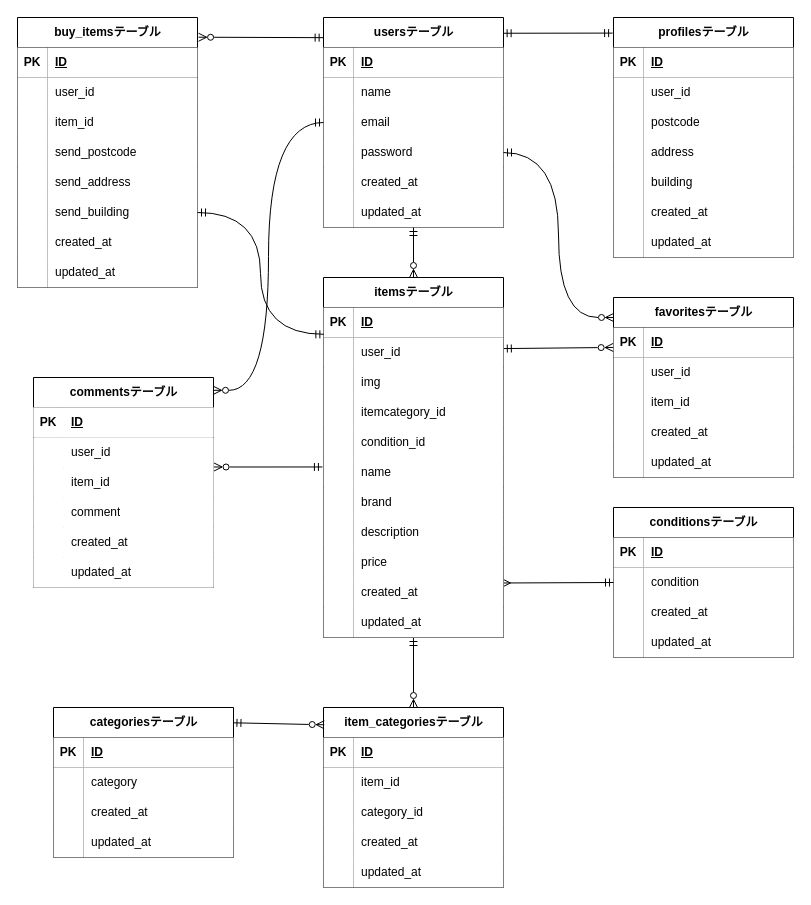
Above: src/design/er.drawio in hisano-satomi/flea-market (draw.io), before the change. Source tidied: cells renumbered, new cells numbered last; positions are measured from the earlier drawing's top-left corner, leaving out a move shared by most shapes. Both pictures are drawn from the tidied source at 100%, with x=0, y=0 at pixel (17, 17).
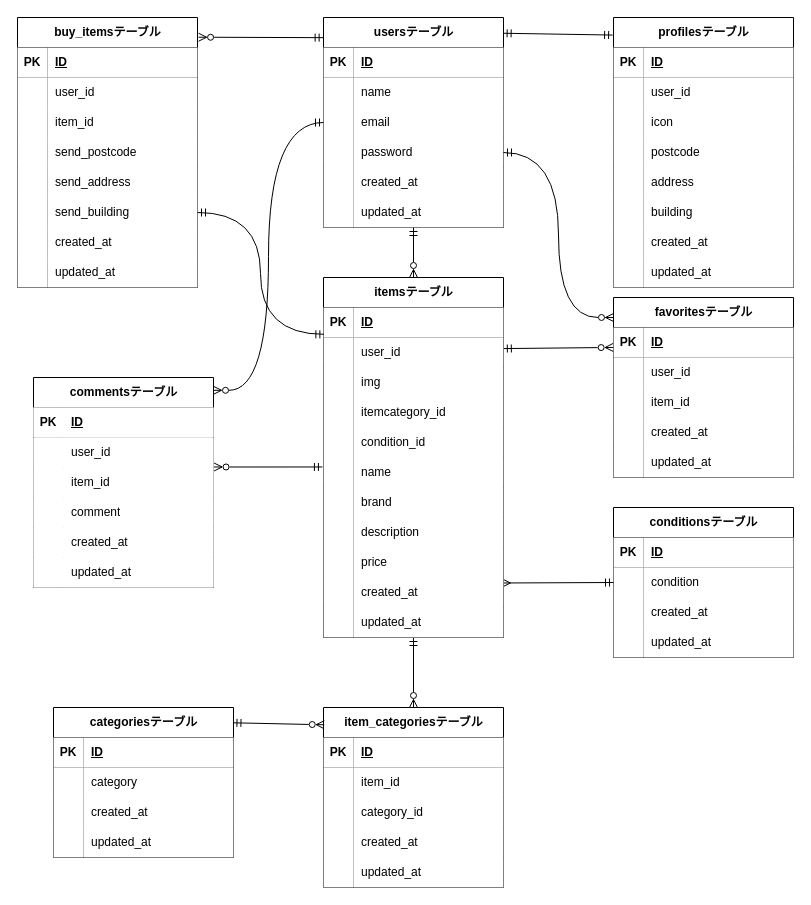
The same page after the edit.

The edit, as a diff of the source:
```diff
@@
     <mxCell id="129" value="profilesテーブル" style="shape=table;startSize=30;childLayout=tableLayout;rowLines=0;fontStyle=1;align=center;html=1;" parent="1" vertex="1">
-      <mxGeometry x="596" width="180" height="240" as="geometry" />
+      <mxGeometry x="596" width="180" height="270" as="geometry" />
     </mxCell>
@@
+    <mxCell id="190" style="shape=tableRow;horizontal=0;startSize=0;swimlaneHead=0;swimlaneBody=0;fillColor=none;top=0;left=0;right=0;bottom=0;" parent="129" vertex="1">
+      <mxGeometry y="90" width="180" height="30" as="geometry" />
+    </mxCell>
+    <mxCell id="191" style="shape=partialRectangle;fillColor=default;top=0;left=0;bottom=0;right=0;overflow=hidden;whiteSpace=wrap;html=1;" parent="190" vertex="1">
+      <mxGeometry width="30" height="30" as="geometry" />
+    </mxCell>
+    <mxCell id="192" value="icon" style="shape=partialRectangle;fillColor=default;top=0;left=0;bottom=0;right=0;align=left;spacingLeft=6;overflow=hidden;whiteSpace=wrap;html=1;" parent="190" vertex="1">
+      <mxGeometry x="30" width="150" height="30" as="geometry" />
+    </mxCell>
     <mxCell id="136" style="shape=tableRow;horizontal=0;startSize=0;swimlaneHead=0;swimlaneBody=0;fillColor=none;top=0;left=0;right=0;bottom=0;" parent="129" vertex="1">
-      <mxGeometry y="90" width="180" height="30" as="geometry" />
+      <mxGeometry y="120" width="180" height="30" as="geometry" />
     </mxCell>
@@
     <mxCell id="139" style="shape=tableRow;horizontal=0;startSize=0;swimlaneHead=0;swimlaneBody=0;fillColor=none;top=0;left=0;right=0;bottom=0;" parent="129" vertex="1">
-      <mxGeometry y="120" width="180" height="30" as="geometry" />
+      <mxGeometry y="150" width="180" height="30" as="geometry" />
     </mxCell>
@@
     <mxCell id="142" style="shape=tableRow;horizontal=0;startSize=0;swimlaneHead=0;swimlaneBody=0;fillColor=none;top=0;left=0;right=0;bottom=0;" parent="129" vertex="1">
-      <mxGeometry y="150" width="180" height="30" as="geometry" />
+      <mxGeometry y="180" width="180" height="30" as="geometry" />
     </mxCell>
@@
     <mxCell id="145" style="shape=tableRow;horizontal=0;startSize=0;swimlaneHead=0;swimlaneBody=0;fillColor=none;top=0;left=0;right=0;bottom=0;" parent="129" vertex="1">
-      <mxGeometry y="180" width="180" height="30" as="geometry" />
+      <mxGeometry y="210" width="180" height="30" as="geometry" />
     </mxCell>
@@
     <mxCell id="148" style="shape=tableRow;horizontal=0;startSize=0;swimlaneHead=0;swimlaneBody=0;fillColor=none;top=0;left=0;right=0;bottom=0;" parent="129" vertex="1">
-      <mxGeometry y="210" width="180" height="30" as="geometry" />
+      <mxGeometry y="240" width="180" height="30" as="geometry" />
     </mxCell>
```
